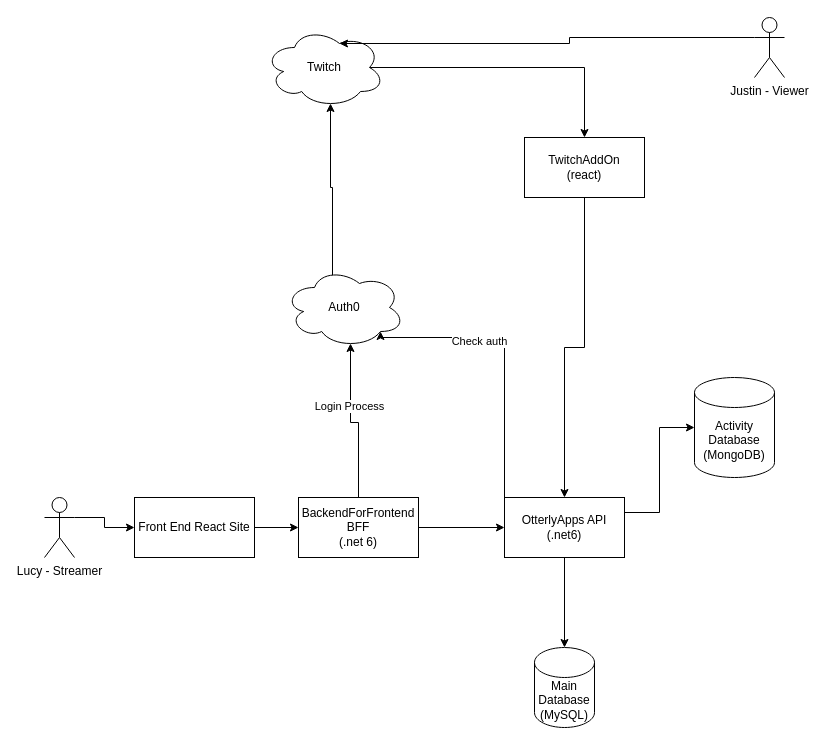
Before: Untitled Diagram.drawio in FictionalAroma/OtterlyApps, a draw.io diagram. Source tidied: cells renumbered, new cells numbered last; positions are measured from the earlier drawing's top-left corner, leaving out a move shared by most shapes. Both pictures are drawn from the tidied source at 100%, with x=0, y=0 at pixel (44, 17).
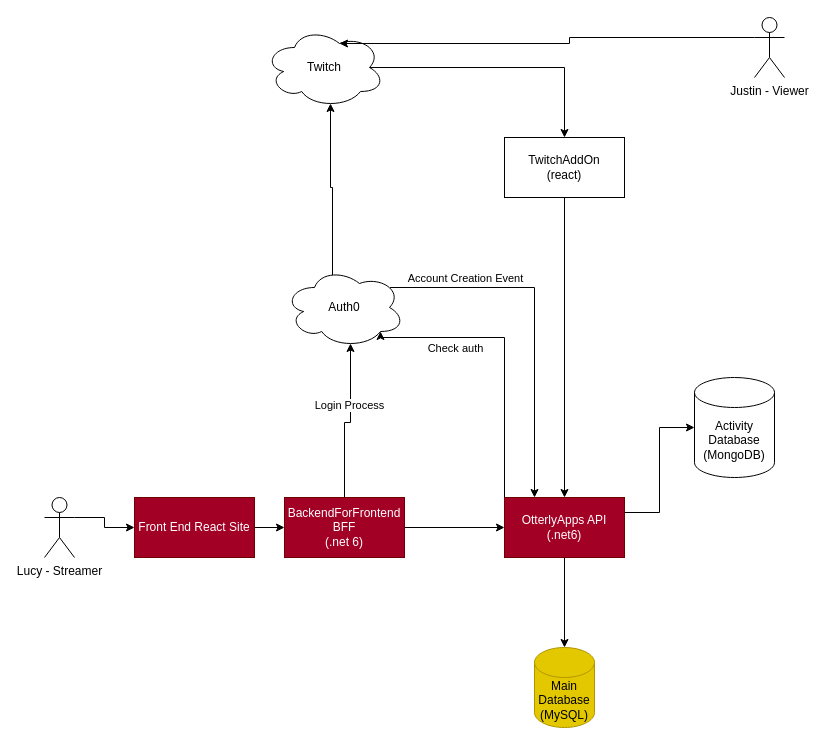
Above is the later version.

The change refers to these unchanged cells:
```xml
<mxCell id="8" value="Auth0" style="ellipse;shape=cloud;whiteSpace=wrap;html=1;" parent="1" vertex="1">
  <mxGeometry x="240" y="250" width="120" height="80" as="geometry" />
</mxCell>
```

What changed in the source:
```diff
@@
-    <mxCell id="3" value="Front End React Site" style="rounded=0;whiteSpace=wrap;html=1;" parent="1" vertex="1">
+    <mxCell id="3" value="Front End React Site" style="rounded=0;whiteSpace=wrap;html=1;fillColor=#a20025;fontColor=#ffffff;strokeColor=#6F0000;" parent="1" vertex="1">
       <mxGeometry x="90" y="480" width="120" height="60" as="geometry" />
     </mxCell>
-    <mxCell id="4" value="Main Database&lt;br&gt;(MySQL)" style="shape=cylinder3;whiteSpace=wrap;html=1;boundedLbl=1;backgroundOutline=1;size=15;" parent="1" vertex="1">
+    <mxCell id="4" value="Main Database&lt;br&gt;(MySQL)" style="shape=cylinder3;whiteSpace=wrap;html=1;boundedLbl=1;backgroundOutline=1;size=15;fillColor=#e3c800;fontColor=#000000;strokeColor=#B09500;" parent="1" vertex="1">
       <mxGeometry x="490" y="630" width="60" height="80" as="geometry" />
     </mxCell>
@@
+    <mxCell id="25" style="edgeStyle=orthogonalEdgeStyle;rounded=0;jettySize=auto;html=1;exitX=0.88;exitY=0.25;exitDx=0;exitDy=0;exitPerimeter=0;entryX=0.25;entryY=0;entryDx=0;entryDy=0;" parent="1" edge="1" source="8" target="15">
+      <mxGeometry relative="1" as="geometry" />
+    </mxCell>
+    <mxCell id="26" value="Account Creation Event" style="edgeLabel;html=1;align=center;verticalAlign=middle;" parent="25" vertex="1">
+      <mxGeometry x="-0.73" y="-1" relative="1" as="geometry">
+        <mxPoint x="27" y="-11" as="offset" />
+      </mxGeometry>
+    </mxCell>
@@
-    <mxCell id="12" style="edgeStyle=orthogonalEdgeStyle;rounded=0;jettySize=auto;html=1;exitX=0;exitY=0;exitDx=0;exitDy=0;entryX=0.8;entryY=0.8;entryDx=0;entryDy=0;entryPerimeter=0;" parent="1" edge="1" source="15" target="8">
+    <mxCell id="12" style="edgeStyle=orthogonalEdgeStyle;rounded=0;jettySize=auto;html=1;exitX=0.25;exitY=0;exitDx=0;exitDy=0;entryX=0.8;entryY=0.8;entryDx=0;entryDy=0;entryPerimeter=0;" parent="1" edge="1" source="15" target="8">
       <mxGeometry relative="1" as="geometry">
         <Array as="points">
+          <mxPoint x="460" y="480" />
           <mxPoint x="460" y="320" />
           <mxPoint x="336" y="320" />
         </Array>
       </mxGeometry>
     </mxCell>
     <mxCell id="13" value="Check auth&lt;br&gt;" style="edgeLabel;html=1;align=center;verticalAlign=middle;" parent="12" vertex="1">
-      <mxGeometry x="0.28" y="3" relative="1" as="geometry" />
+      <mxGeometry x="0.28" y="3" relative="1" as="geometry">
+        <mxPoint x="-35" y="7" as="offset" />
+      </mxGeometry>
     </mxCell>
@@
-    <mxCell id="15" value="OtterlyApps API&lt;br&gt;(.net6)" style="rounded=0;whiteSpace=wrap;html=1;" parent="1" vertex="1">
+    <mxCell id="15" value="OtterlyApps API&lt;br&gt;(.net6)" style="rounded=0;whiteSpace=wrap;html=1;fillColor=#a20025;fontColor=#ffffff;strokeColor=#6F0000;" parent="1" vertex="1">
       <mxGeometry x="460" y="480" width="120" height="60" as="geometry" />
     </mxCell>
@@
-    <mxCell id="19" value="BackendForFrontend&lt;br&gt;BFF&lt;br&gt;(.net 6)" style="rounded=0;whiteSpace=wrap;html=1;" parent="1" vertex="1">
-      <mxGeometry x="254" y="480" width="120" height="60" as="geometry" />
+    <mxCell id="19" value="BackendForFrontend&lt;br&gt;BFF&lt;br&gt;(.net 6)" style="rounded=0;whiteSpace=wrap;html=1;fillColor=#a20025;fontColor=#ffffff;strokeColor=#6F0000;" parent="1" vertex="1">
+      <mxGeometry x="240" y="480" width="120" height="60" as="geometry" />
     </mxCell>
@@
     <mxCell id="23" value="TwitchAddOn&lt;br&gt;(react)" style="rounded=0;whiteSpace=wrap;html=1;" parent="1" vertex="1">
-      <mxGeometry x="480" y="120" width="120" height="60" as="geometry" />
+      <mxGeometry x="460" y="120" width="120" height="60" as="geometry" />
     </mxCell>
```
